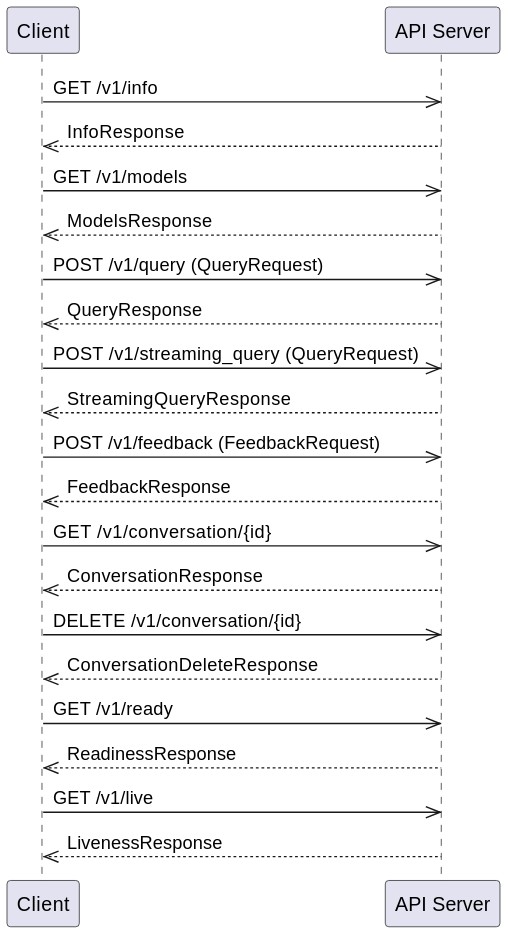
Before: docs/rest_api.svg, a diagram exported from PlantUML (zszabo-rh/lightspeed-stack). The source it was exported from:
```plantuml
@startuml
participant Client
participant "API Server"

Client->>"API Server": GET /v1/info
"API Server"-->>Client: InfoResponse

Client->>"API Server": GET /v1/models
"API Server"-->>Client: ModelsResponse

Client->>"API Server": POST /v1/query (QueryRequest)
"API Server"-->>Client: QueryResponse

Client->>"API Server": POST /v1/streaming_query (QueryRequest)
"API Server"-->>Client: StreamingQueryResponse

Client->>"API Server": POST /v1/feedback (FeedbackRequest)
"API Server"-->>Client: FeedbackResponse

Client->>"API Server": GET /v1/conversation/{id}
"API Server"-->>Client: ConversationResponse

Client->>"API Server": DELETE /v1/conversation/{id}
"API Server"-->>Client: ConversationDeleteResponse

Client->>"API Server": GET /v1/ready
"API Server"-->>Client: ReadinessResponse

Client->>"API Server": GET /v1/live
"API Server"-->>Client: LivenessResponse
@enduml
```
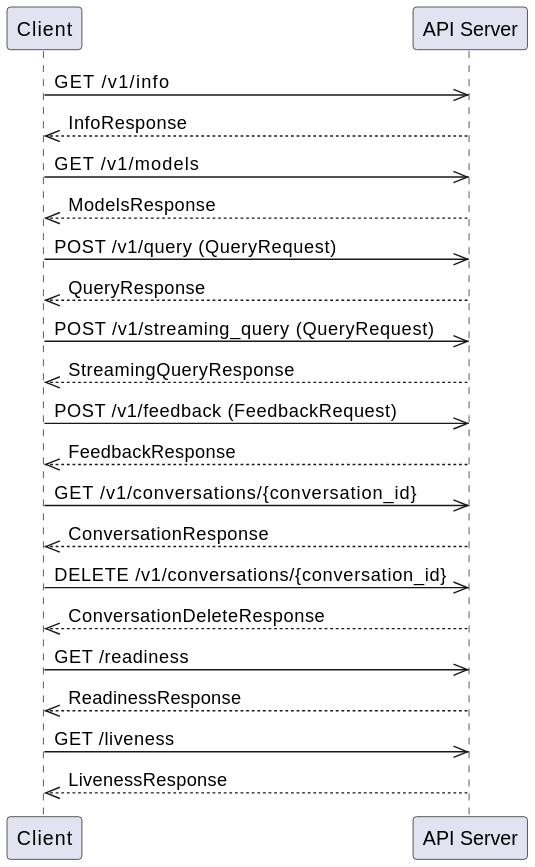
Above is the later version.

Change to the diagram source:
```diff
@@ -17,15 +17,15 @@
 Client->>"API Server": POST /v1/feedback (FeedbackRequest)
 "API Server"-->>Client: FeedbackResponse
 
-Client->>"API Server": GET /v1/conversation/{id}
+Client->>"API Server": GET /v1/conversations/{conversation_id}
 "API Server"-->>Client: ConversationResponse
 
-Client->>"API Server": DELETE /v1/conversation/{id}
+Client->>"API Server": DELETE /v1/conversations/{conversation_id}
 "API Server"-->>Client: ConversationDeleteResponse
 
-Client->>"API Server": GET /v1/ready
+Client->>"API Server": GET /readiness
 "API Server"-->>Client: ReadinessResponse
 
-Client->>"API Server": GET /v1/live
+Client->>"API Server": GET /liveness
 "API Server"-->>Client: LivenessResponse
 @enduml
```
